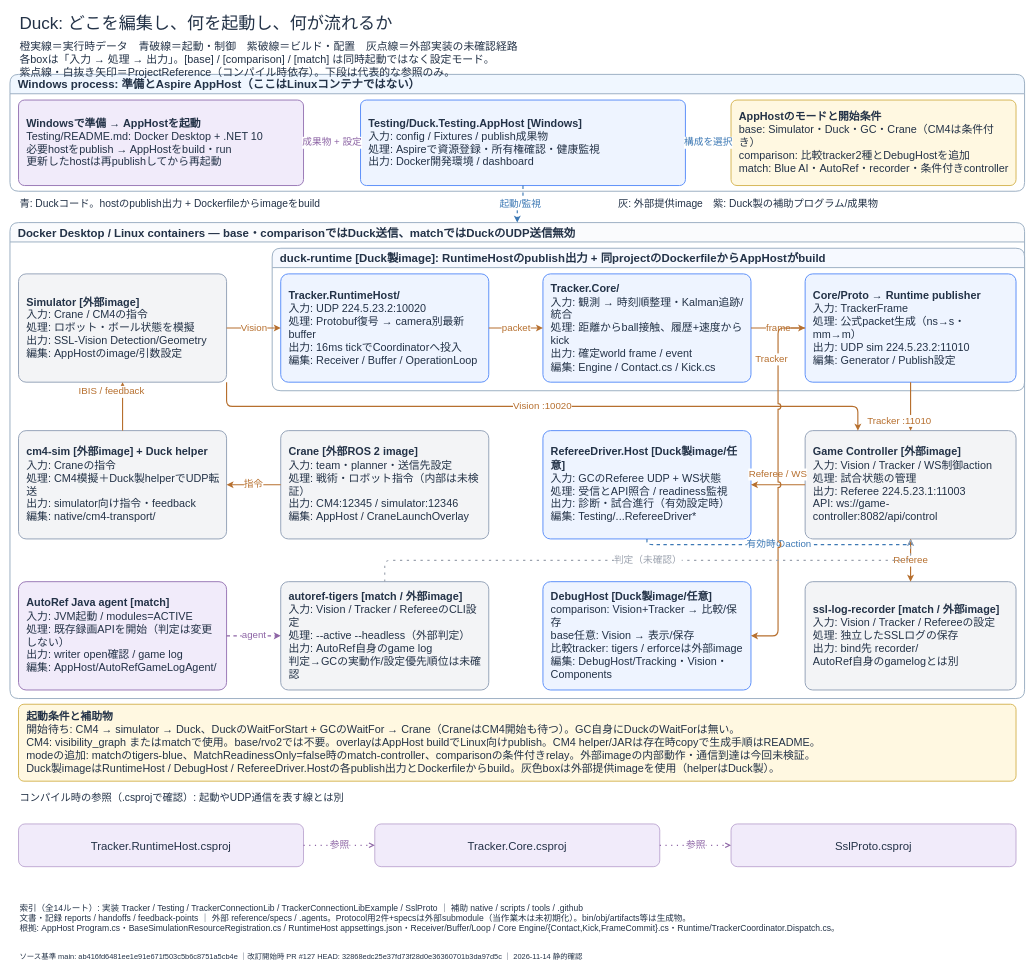
The draw.io diagram Testing/duck-architecture.drawio in ibis-ssl/Duck, before the edit. Source tidied: cells renumbered, new cells numbered last; positions are measured from the earlier drawing's top-left corner, leaving out a move shared by most shapes. Both pictures are drawn from the tidied source at 57%, with x=0, y=0 at pixel (10, 10).
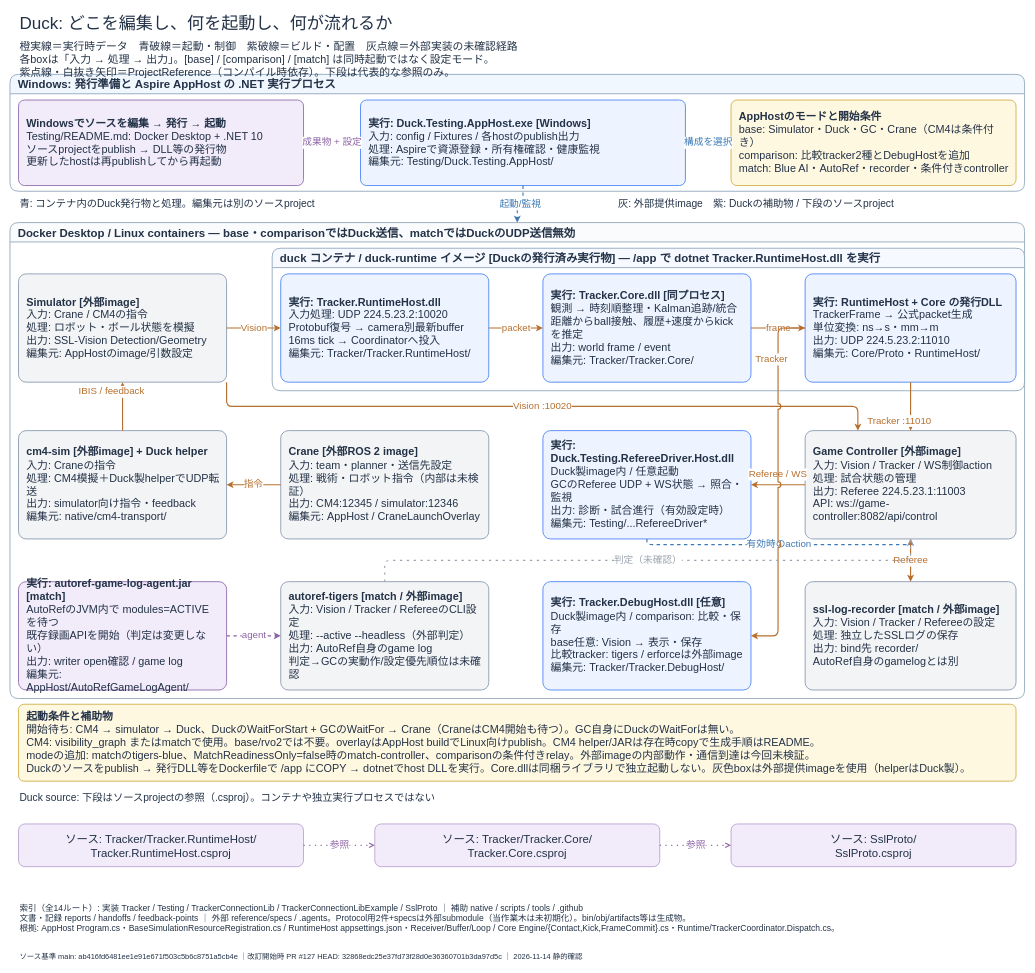
The same diagram, later.

Commit message (it also covers changes not shown here):
docs: distinguish Duck source from container runtime artifacts

Unchanged cells that the change refers to:
```xml
<mxCell id="3" value="Docker Desktop / Linux containers — base・comparisonではDuck送信、matchではDuckのUDP送信無効" style="swimlane;startSize=34;html=1;whiteSpace=wrap;rounded=1;align=left;spacingLeft=12;fontSize=20;fontStyle=1;fontColor=#233247;fillColor=#FAFBFD;strokeColor=#9BAFC3;strokeWidth=1.7;" parent="1" vertex="1">
  <mxGeometry y="373" width="1780" height="835" as="geometry" />
</mxCell>
```

The edit, as a diff of the source:
```diff
@@
-    <mxCell id="2" value="Windows process: 準備とAspire AppHost（ここはLinuxコンテナではない）" style="swimlane;startSize=34;html=1;whiteSpace=wrap;rounded=1;align=left;spacingLeft=12;fontSize=20;fontStyle=1;fontColor=#233247;fillColor=#F0F7FF;strokeColor=#9BAFC3;strokeWidth=1.7;" parent="1" vertex="1">
+    <mxCell id="2" value="Windows: 発行準備と Aspire AppHost の .NET 実行プロセス" style="swimlane;startSize=34;html=1;whiteSpace=wrap;rounded=1;align=left;spacingLeft=12;fontSize=20;fontStyle=1;fontColor=#233247;fillColor=#F0F7FF;strokeColor=#9BAFC3;strokeWidth=1.7;" parent="1" vertex="1">
       <mxGeometry y="113" width="1780" height="205" as="geometry" />
     </mxCell>
@@
-    <mxCell id="4" value="duck-runtime [Duck製image]: RuntimeHostのpublish出力 + 同projectのDockerfileからAppHostがbuild" style="swimlane;startSize=34;html=1;whiteSpace=wrap;rounded=1;align=left;spacingLeft=12;fontSize=20;fontStyle=1;fontColor=#233247;fillColor=#F6F9FF;strokeColor=#9BAFC3;strokeWidth=1.7;" parent="3" vertex="1">
+    <mxCell id="4" value="duck コンテナ / duck-runtime イメージ [Duckの発行済み実行物] — /app で dotnet Tracker.RuntimeHost.dll を実行" style="swimlane;startSize=34;html=1;whiteSpace=wrap;rounded=1;align=left;spacingLeft=12;fontSize=20;fontStyle=1;fontColor=#233247;fillColor=#F6F9FF;strokeColor=#9BAFC3;strokeWidth=1.7;" parent="3" vertex="1">
       <mxGeometry x="460" y="45" width="1320" height="250" as="geometry" />
     </mxCell>
@@
-    <mxCell id="7" value="&lt;b&gt;Windowsで準備 → AppHostを起動&lt;/b&gt;&lt;br&gt;Testing/README.md: Docker Desktop + .NET 10&lt;br&gt;必要hostをpublish → AppHostをbuild・run&lt;br&gt;更新したhostは再publishしてから再起動" style="rounded=1;arcSize=7;html=1;whiteSpace=wrap;align=left;verticalAlign=middle;spacing=14;fontSize=19;fontColor=#233247;fillColor=#F1EBFA;strokeColor=#9978B6;strokeWidth=1.7;" parent="2" vertex="1">
+    <mxCell id="7" value="&lt;b&gt;Windowsでソースを編集 → 発行 → 起動&lt;/b&gt;&lt;br&gt;Testing/README.md: Docker Desktop + .NET 10&lt;br&gt;ソースprojectをpublish → DLL等の発行物&lt;br&gt;更新したhostは再publishしてから再起動" style="rounded=1;arcSize=7;html=1;whiteSpace=wrap;align=left;verticalAlign=middle;spacing=14;fontSize=19;fontColor=#233247;fillColor=#F1EBFA;strokeColor=#9978B6;strokeWidth=1.7;" parent="2" vertex="1">
       <mxGeometry x="15" y="45" width="500" height="150" as="geometry" />
     </mxCell>
-    <mxCell id="8" value="&lt;b&gt;Testing/Duck.Testing.AppHost [Windows]&lt;/b&gt;&lt;br&gt;入力: config / Fixtures / publish成果物&lt;br&gt;処理: Aspireで資源登録・所有権確認・健康監視&lt;br&gt;出力: Docker開発環境 / dashboard" style="rounded=1;arcSize=7;html=1;whiteSpace=wrap;align=left;verticalAlign=middle;spacing=14;fontSize=19;fontColor=#233247;fillColor=#EEF4FF;strokeColor=#5B8FF9;strokeWidth=1.7;" parent="2" vertex="1">
+    <mxCell id="8" value="&lt;b&gt;実行: Duck.Testing.AppHost.exe [Windows]&lt;/b&gt;&lt;br&gt;入力: config / Fixtures / 各hostのpublish出力&lt;br&gt;処理: Aspireで資源登録・所有権確認・健康監視&lt;br&gt;編集元: Testing/Duck.Testing.AppHost/" style="rounded=1;arcSize=7;html=1;whiteSpace=wrap;align=left;verticalAlign=middle;spacing=14;fontSize=19;fontColor=#233247;fillColor=#EEF4FF;strokeColor=#5B8FF9;strokeWidth=1.7;" parent="2" vertex="1">
       <mxGeometry x="615" y="45" width="570" height="150" as="geometry" />
     </mxCell>
@@
-    <mxCell id="12" value="&lt;b&gt;Simulator [外部image]&lt;/b&gt;&lt;br&gt;入力: Crane / CM4の指令&lt;br&gt;処理: ロボット・ボール状態を模擬&lt;br&gt;出力: SSL-Vision Detection/Geometry&lt;br&gt;編集: AppHostのimage/引数設定" style="rounded=1;arcSize=7;html=1;whiteSpace=wrap;align=left;verticalAlign=middle;spacing=14;fontSize=19;fontColor=#233247;fillColor=#F3F4F6;strokeColor=#94A3B8;strokeWidth=1.7;" parent="3" vertex="1">
+    <mxCell id="12" value="&lt;b&gt;Simulator [外部image]&lt;/b&gt;&lt;br&gt;入力: Crane / CM4の指令&lt;br&gt;処理: ロボット・ボール状態を模擬&lt;br&gt;出力: SSL-Vision Detection/Geometry&lt;br&gt;編集元: AppHostのimage/引数設定" style="rounded=1;arcSize=7;html=1;whiteSpace=wrap;align=left;verticalAlign=middle;spacing=14;fontSize=19;fontColor=#233247;fillColor=#F3F4F6;strokeColor=#94A3B8;strokeWidth=1.7;" parent="3" vertex="1">
       <mxGeometry x="15" y="90" width="365" height="190" as="geometry" />
     </mxCell>
-    <mxCell id="13" value="&lt;b&gt;Tracker.RuntimeHost/&lt;/b&gt;&lt;br&gt;入力: UDP 224.5.23.2:10020&lt;br&gt;処理: Protobuf復号 → camera別最新buffer&lt;br&gt;出力: 16ms tickでCoordinatorへ投入&lt;br&gt;編集: Receiver / Buffer / OperationLoop" style="rounded=1;arcSize=7;html=1;whiteSpace=wrap;align=left;verticalAlign=middle;spacing=14;fontSize=19;fontColor=#233247;fillColor=#EEF4FF;strokeColor=#5B8FF9;strokeWidth=1.7;" parent="4" vertex="1">
+    <mxCell id="13" value="&lt;b&gt;実行: Tracker.RuntimeHost.dll&lt;/b&gt;&lt;br&gt;入力処理: UDP 224.5.23.2:10020&lt;br&gt;Protobuf復号 → camera別最新buffer&lt;br&gt;16ms tick → Coordinatorへ投入&lt;br&gt;編集元: Tracker/Tracker.RuntimeHost/" style="rounded=1;arcSize=7;html=1;whiteSpace=wrap;align=left;verticalAlign=middle;spacing=14;fontSize=19;fontColor=#233247;fillColor=#EEF4FF;strokeColor=#5B8FF9;strokeWidth=1.7;" parent="4" vertex="1">
       <mxGeometry x="15" y="45" width="365" height="190" as="geometry" />
     </mxCell>
-    <mxCell id="14" value="&lt;b&gt;Tracker.Core/&lt;/b&gt;&lt;br&gt;入力: 観測 → 時刻順整理・Kalman追跡/統合&lt;br&gt;処理: 距離からball接触、履歴+速度からkick&lt;br&gt;出力: 確定world frame / event&lt;br&gt;編集: Engine / Contact.cs / Kick.cs" style="rounded=1;arcSize=7;html=1;whiteSpace=wrap;align=left;verticalAlign=middle;spacing=14;fontSize=19;fontColor=#233247;fillColor=#EEF4FF;strokeColor=#5B8FF9;strokeWidth=1.7;" parent="4" vertex="1">
+    <mxCell id="14" value="&lt;b&gt;実行: Tracker.Core.dll [同プロセス]&lt;/b&gt;&lt;br&gt;観測 → 時刻順整理・Kalman追跡/統合&lt;br&gt;距離からball接触、履歴+速度からkickを推定&lt;br&gt;出力: world frame / event&lt;br&gt;編集元: Tracker/Tracker.Core/" style="rounded=1;arcSize=7;html=1;whiteSpace=wrap;align=left;verticalAlign=middle;spacing=14;fontSize=19;fontColor=#233247;fillColor=#EEF4FF;strokeColor=#5B8FF9;strokeWidth=1.7;" parent="4" vertex="1">
       <mxGeometry x="475" y="45" width="365" height="190" as="geometry" />
     </mxCell>
-    <mxCell id="15" value="&lt;b&gt;Core/Proto → Runtime publisher&lt;/b&gt;&lt;br&gt;入力: TrackerFrame&lt;br&gt;処理: 公式packet生成（ns→s・mm→m）&lt;br&gt;出力: UDP sim 224.5.23.2:11010&lt;br&gt;編集: Generator / Publish設定" style="rounded=1;arcSize=7;html=1;whiteSpace=wrap;align=left;verticalAlign=middle;spacing=14;fontSize=19;fontColor=#233247;fillColor=#EEF4FF;strokeColor=#5B8FF9;strokeWidth=1.7;" parent="4" vertex="1">
+    <mxCell id="15" value="&lt;b&gt;実行: RuntimeHost + Core の発行DLL&lt;/b&gt;&lt;br&gt;TrackerFrame → 公式packet生成&lt;br&gt;単位変換: ns→s・mm→m&lt;br&gt;出力: UDP 224.5.23.2:11010&lt;br&gt;編集元: Core/Proto・RuntimeHost/" style="rounded=1;arcSize=7;html=1;whiteSpace=wrap;align=left;verticalAlign=middle;spacing=14;fontSize=19;fontColor=#233247;fillColor=#EEF4FF;strokeColor=#5B8FF9;strokeWidth=1.7;" parent="4" vertex="1">
       <mxGeometry x="935" y="45" width="370" height="190" as="geometry" />
     </mxCell>
@@
-    <mxCell id="19" value="&lt;b&gt;Crane [外部ROS 2 image]&lt;/b&gt;&lt;br&gt;入力: team・planner・送信先設定&lt;br&gt;処理: 戦術・ロボット指令（内部は未検証）&lt;br&gt;出力: CM4:12345 / simulator:12346&lt;br&gt;編集: AppHost / CraneLaunchOverlay" style="rounded=1;arcSize=7;html=1;whiteSpace=wrap;align=left;verticalAlign=middle;spacing=14;fontSize=19;fontColor=#233247;fillColor=#F3F4F6;strokeColor=#94A3B8;strokeWidth=1.7;" parent="3" vertex="1">
+    <mxCell id="19" value="&lt;b&gt;Crane [外部ROS 2 image]&lt;/b&gt;&lt;br&gt;入力: team・planner・送信先設定&lt;br&gt;処理: 戦術・ロボット指令（内部は未検証）&lt;br&gt;出力: CM4:12345 / simulator:12346&lt;br&gt;編集元: AppHost / CraneLaunchOverlay" style="rounded=1;arcSize=7;html=1;whiteSpace=wrap;align=left;verticalAlign=middle;spacing=14;fontSize=19;fontColor=#233247;fillColor=#F3F4F6;strokeColor=#94A3B8;strokeWidth=1.7;" parent="3" vertex="1">
       <mxGeometry x="475" y="365" width="365" height="190" as="geometry" />
     </mxCell>
-    <mxCell id="20" value="&lt;b&gt;cm4-sim [外部image] + Duck helper&lt;/b&gt;&lt;br&gt;入力: Craneの指令&lt;br&gt;処理: CM4模擬＋Duck製helperでUDP転送&lt;br&gt;出力: simulator向け指令・feedback&lt;br&gt;編集: native/cm4-transport/" style="rounded=1;arcSize=7;html=1;whiteSpace=wrap;align=left;verticalAlign=middle;spacing=14;fontSize=19;fontColor=#233247;fillColor=#F3F4F6;strokeColor=#94A3B8;strokeWidth=1.7;" parent="3" vertex="1">
+    <mxCell id="20" value="&lt;b&gt;cm4-sim [外部image] + Duck helper&lt;/b&gt;&lt;br&gt;入力: Craneの指令&lt;br&gt;処理: CM4模擬＋Duck製helperでUDP転送&lt;br&gt;出力: simulator向け指令・feedback&lt;br&gt;編集元: native/cm4-transport/" style="rounded=1;arcSize=7;html=1;whiteSpace=wrap;align=left;verticalAlign=middle;spacing=14;fontSize=19;fontColor=#233247;fillColor=#F3F4F6;strokeColor=#94A3B8;strokeWidth=1.7;" parent="3" vertex="1">
       <mxGeometry x="15" y="365" width="365" height="190" as="geometry" />
     </mxCell>
-    <mxCell id="21" value="&lt;b&gt;RefereeDriver.Host [Duck製image/任意]&lt;/b&gt;&lt;br&gt;入力: GCのReferee UDP + WS状態&lt;br&gt;処理: 受信とAPI照合 / readiness監視&lt;br&gt;出力: 診断・試合進行（有効設定時）&lt;br&gt;編集: Testing/...RefereeDriver*" style="rounded=1;arcSize=7;html=1;whiteSpace=wrap;align=left;verticalAlign=middle;spacing=14;fontSize=19;fontColor=#233247;fillColor=#EEF4FF;strokeColor=#5B8FF9;strokeWidth=1.7;" parent="3" vertex="1">
+    <mxCell id="21" value="&lt;b&gt;実行: Duck.Testing.RefereeDriver.Host.dll&lt;/b&gt;&lt;br&gt;Duck製image内 / 任意起動&lt;br&gt;GCのReferee UDP + WS状態 → 照合・監視&lt;br&gt;出力: 診断・試合進行（有効設定時）&lt;br&gt;編集元: Testing/...RefereeDriver*" style="rounded=1;arcSize=7;html=1;whiteSpace=wrap;align=left;verticalAlign=middle;spacing=14;fontSize=19;fontColor=#233247;fillColor=#EEF4FF;strokeColor=#5B8FF9;strokeWidth=1.7;" parent="3" vertex="1">
       <mxGeometry x="935" y="365" width="365" height="190" as="geometry" />
     </mxCell>
@@
-    <mxCell id="29" value="&lt;b&gt;AutoRef Java agent [match]&lt;/b&gt;&lt;br&gt;入力: JVM起動 / modules=ACTIVE&lt;br&gt;処理: 既存録画APIを開始（判定は変更しない）&lt;br&gt;出力: writer open確認 / game log&lt;br&gt;編集: AppHost/AutoRefGameLogAgent/" style="rounded=1;arcSize=7;html=1;whiteSpace=wrap;align=left;verticalAlign=middle;spacing=14;fontSize=19;fontColor=#233247;fillColor=#F1EBFA;strokeColor=#9978B6;strokeWidth=1.7;" parent="3" vertex="1">
+    <mxCell id="29" value="&lt;b&gt;実行: autoref-game-log-agent.jar [match]&lt;/b&gt;&lt;br&gt;AutoRefのJVM内で modules=ACTIVE を待つ&lt;br&gt;既存録画APIを開始（判定は変更しない）&lt;br&gt;出力: writer open確認 / game log&lt;br&gt;編集元: AppHost/AutoRefGameLogAgent/" style="rounded=1;arcSize=7;html=1;whiteSpace=wrap;align=left;verticalAlign=middle;spacing=14;fontSize=19;fontColor=#233247;fillColor=#F1EBFA;strokeColor=#9978B6;strokeWidth=1.7;" parent="3" vertex="1">
       <mxGeometry x="15" y="630" width="365" height="190" as="geometry" />
     </mxCell>
@@
-    <mxCell id="31" value="&lt;b&gt;DebugHost [Duck製image/任意]&lt;/b&gt;&lt;br&gt;comparison: Vision+Tracker → 比較/保存&lt;br&gt;base任意: Vision → 表示/保存&lt;br&gt;比較tracker: tigers / erforceは外部image&lt;br&gt;編集: DebugHost/Tracking・Vision・Components" style="rounded=1;arcSize=7;html=1;whiteSpace=wrap;align=left;verticalAlign=middle;spacing=14;fontSize=19;fontColor=#233247;fillColor=#EEF4FF;strokeColor=#5B8FF9;strokeWidth=1.7;" parent="3" vertex="1">
+    <mxCell id="31" value="&lt;b&gt;実行: Tracker.DebugHost.dll [任意]&lt;/b&gt;&lt;br&gt;Duck製image内 / comparison: 比較・保存&lt;br&gt;base任意: Vision → 表示・保存&lt;br&gt;比較tracker: tigers / erforceは外部image&lt;br&gt;編集元: Tracker/Tracker.DebugHost/" style="rounded=1;arcSize=7;html=1;whiteSpace=wrap;align=left;verticalAlign=middle;spacing=14;fontSize=19;fontColor=#233247;fillColor=#EEF4FF;strokeColor=#5B8FF9;strokeWidth=1.7;" parent="3" vertex="1">
       <mxGeometry x="935" y="630" width="365" height="190" as="geometry" />
     </mxCell>
@@
-    <mxCell id="37" value="&lt;b&gt;起動条件と補助物&lt;/b&gt;&lt;br&gt;開始待ち: CM4 → simulator → Duck、DuckのWaitForStart + GCのWaitFor → Crane（CraneはCM4開始も待つ）。GC自身にDuckのWaitForは無い。&lt;br&gt;CM4: visibility_graph またはmatchで使用。base/rvo2では不要。overlayはAppHost buildでLinux向けpublish。CM4 helper/JARは存在時copyで生成手順はREADME。&lt;br&gt;modeの追加: matchのtigers-blue、MatchReadinessOnly=false時のmatch-controller、comparisonの条件付きrelay。外部imageの内部動作・通信到達は今回未検証。&lt;br&gt;Duck製imageはRuntimeHost / DebugHost / RefereeDriver.Hostの各publish出力とDockerfileからbuild。灰色boxは外部提供imageを使用（helperはDuck製）。" style="rounded=1;arcSize=7;html=1;whiteSpace=wrap;align=left;verticalAlign=middle;spacing=14;fontSize=19;fontColor=#233247;fillColor=#FFF8E1;strokeColor=#D6B656;strokeWidth=1.7;" parent="1" vertex="1">
+    <mxCell id="37" value="&lt;b&gt;起動条件と補助物&lt;/b&gt;&lt;br&gt;開始待ち: CM4 → simulator → Duck、DuckのWaitForStart + GCのWaitFor → Crane（CraneはCM4開始も待つ）。GC自身にDuckのWaitForは無い。&lt;br&gt;CM4: visibility_graph またはmatchで使用。base/rvo2では不要。overlayはAppHost buildでLinux向けpublish。CM4 helper/JARは存在時copyで生成手順はREADME。&lt;br&gt;modeの追加: matchのtigers-blue、MatchReadinessOnly=false時のmatch-controller、comparisonの条件付きrelay。外部imageの内部動作・通信到達は今回未検証。&lt;br&gt;Duckのソースをpublish → 発行DLL等をDockerfileで /app にCOPY → dotnetでhost DLLを実行。Core.dllは同梱ライブラリで独立起動しない。灰色boxは外部提供imageを使用（helperはDuck製）。" style="rounded=1;arcSize=7;html=1;whiteSpace=wrap;align=left;verticalAlign=middle;spacing=14;fontSize=19;fontColor=#233247;fillColor=#FFF8E1;strokeColor=#D6B656;strokeWidth=1.7;" parent="1" vertex="1">
       <mxGeometry x="15" y="1218" width="1750" height="135" as="geometry" />
     </mxCell>
@@
-    <mxCell id="40" value="青: Duckコード。hostのpublish出力 + Dockerfileからimageをbuild" style="text;html=1;whiteSpace=wrap;align=left;verticalAlign=middle;strokeColor=none;fillColor=none;fontColor=#233247;fontSize=18;" parent="1" vertex="1">
+    <mxCell id="40" value="青: コンテナ内のDuck発行物と処理。編集元は別のソースproject" style="text;html=1;whiteSpace=wrap;align=left;verticalAlign=middle;strokeColor=none;fillColor=none;fontColor=#233247;fontSize=18;" parent="1" vertex="1">
       <mxGeometry x="15" y="323" width="750" height="35" as="geometry" />
     </mxCell>
-    <mxCell id="41" value="灰: 外部提供image　紫: Duck製の補助プログラム/成果物" style="text;html=1;whiteSpace=wrap;align=left;verticalAlign=middle;strokeColor=none;fillColor=none;fontColor=#233247;fontSize=18;" parent="1" vertex="1">
+    <mxCell id="41" value="灰: 外部提供image　紫: Duckの補助物 / 下段のソースproject" style="text;html=1;whiteSpace=wrap;align=left;verticalAlign=middle;strokeColor=none;fillColor=none;fontColor=#233247;fontSize=18;" parent="1" vertex="1">
       <mxGeometry x="1065" y="323" width="700" height="35" as="geometry" />
     </mxCell>
@@
-    <mxCell id="43" value="コンパイル時の参照（.csprojで確認）: 起動やUDP通信を表す線とは別" style="text;html=1;whiteSpace=wrap;align=left;verticalAlign=middle;strokeColor=none;fillColor=none;fontColor=#233247;fontSize=18;" parent="1" vertex="1">
+    <mxCell id="43" value="Duck source: 下段はソースprojectの参照（.csproj）。コンテナや独立実行プロセスではない" style="text;html=1;whiteSpace=wrap;align=left;verticalAlign=middle;strokeColor=none;fillColor=none;fontColor=#233247;fontSize=18;" parent="1" vertex="1">
       <mxGeometry x="15" y="1368" width="1750" height="30" as="geometry" />
     </mxCell>
-    <mxCell id="44" value="Tracker.RuntimeHost.csproj" style="rounded=1;html=1;whiteSpace=wrap;align=center;verticalAlign=middle;spacing=12;fontSize=20;fontColor=#233247;fillColor=#F1EBFA;strokeColor=#9978B6;" parent="1" vertex="1">
+    <mxCell id="44" value="ソース: Tracker/Tracker.RuntimeHost/&lt;br&gt;Tracker.RuntimeHost.csproj" style="rounded=1;html=1;whiteSpace=wrap;align=center;verticalAlign=middle;spacing=12;fontSize=20;fontColor=#233247;fillColor=#F1EBFA;strokeColor=#9978B6;" parent="1" vertex="1">
       <mxGeometry x="15" y="1428" width="500" height="75" as="geometry" />
     </mxCell>
-    <mxCell id="45" value="Tracker.Core.csproj" style="rounded=1;html=1;whiteSpace=wrap;align=center;verticalAlign=middle;spacing=12;fontSize=20;fontColor=#233247;fillColor=#F1EBFA;strokeColor=#9978B6;" parent="1" vertex="1">
+    <mxCell id="45" value="ソース: Tracker/Tracker.Core/&lt;br&gt;Tracker.Core.csproj" style="rounded=1;html=1;whiteSpace=wrap;align=center;verticalAlign=middle;spacing=12;fontSize=20;fontColor=#233247;fillColor=#F1EBFA;strokeColor=#9978B6;" parent="1" vertex="1">
       <mxGeometry x="640" y="1428" width="500" height="75" as="geometry" />
     </mxCell>
-    <mxCell id="46" value="SslProto.csproj" style="rounded=1;html=1;whiteSpace=wrap;align=center;verticalAlign=middle;spacing=12;fontSize=20;fontColor=#233247;fillColor=#F1EBFA;strokeColor=#9978B6;" parent="1" vertex="1">
+    <mxCell id="46" value="ソース: SslProto/&lt;br&gt;SslProto.csproj" style="rounded=1;html=1;whiteSpace=wrap;align=center;verticalAlign=middle;spacing=12;fontSize=20;fontColor=#233247;fillColor=#F1EBFA;strokeColor=#9978B6;" parent="1" vertex="1">
       <mxGeometry x="1265" y="1428" width="500" height="75" as="geometry" />
     </mxCell>
```
